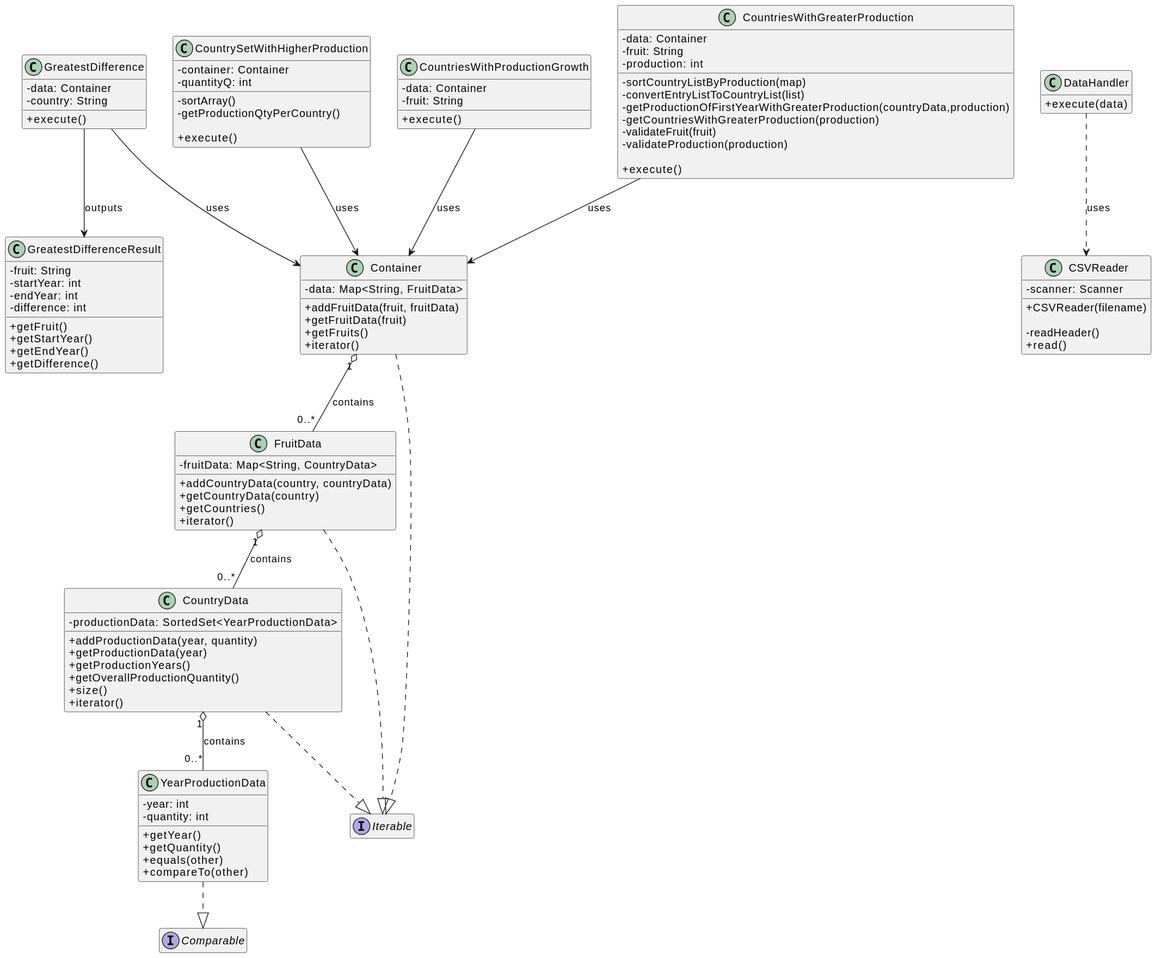
This is docs/CD_COMPLETE.svg from ricardo177m/esinf-trab01, a PlantUML export, as it was before one commit.
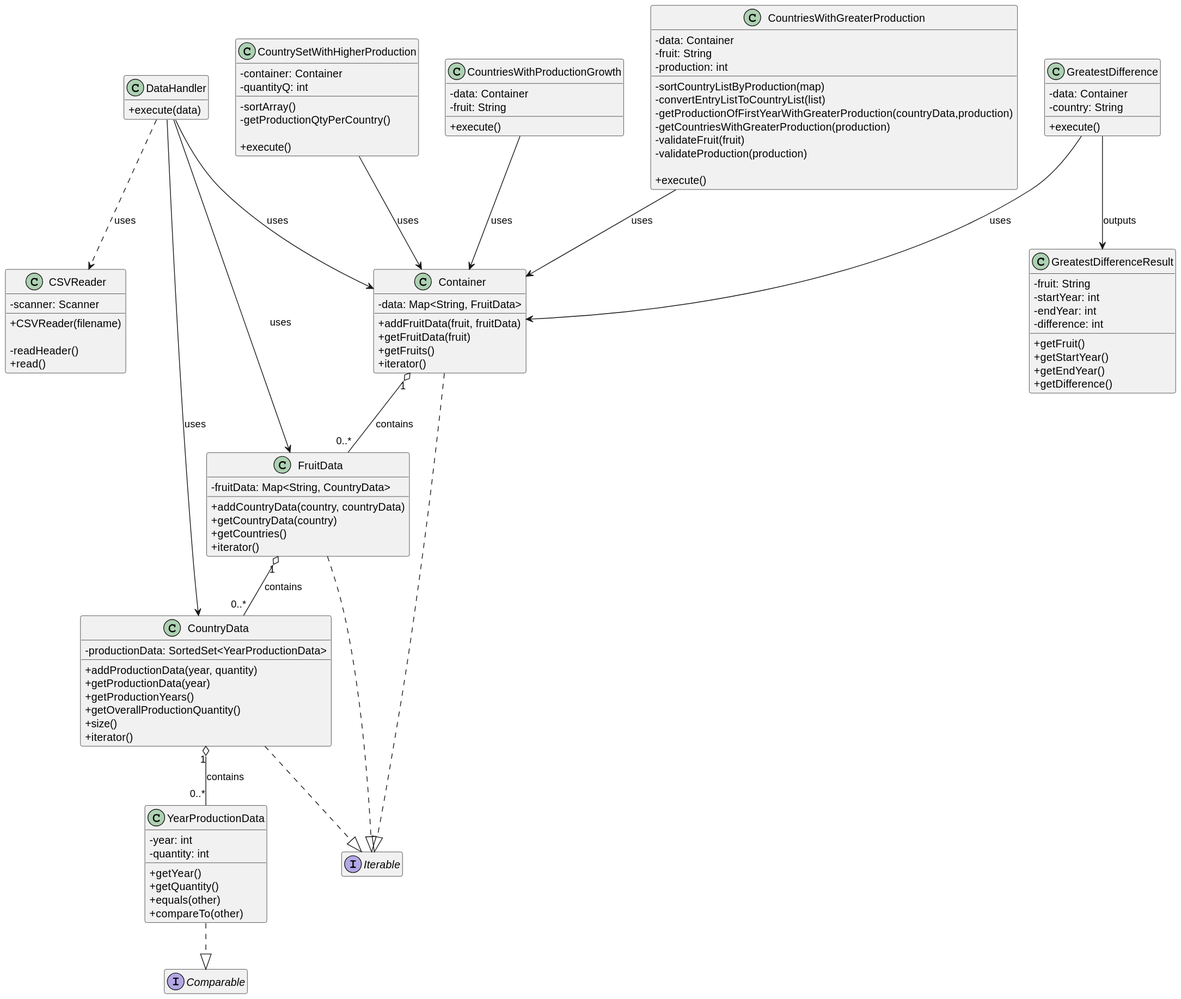
The same file after the commit.

The edit, as a diff of the source:
```diff
@@ -135,4 +135,10 @@
 
 CountrySetWithHigherProduction --> Container : uses
 
+DataHandler --> Container : uses
+
+DataHandler --> CountryData : uses
+
+DataHandler --> FruitData : uses
+
 @enduml
```
